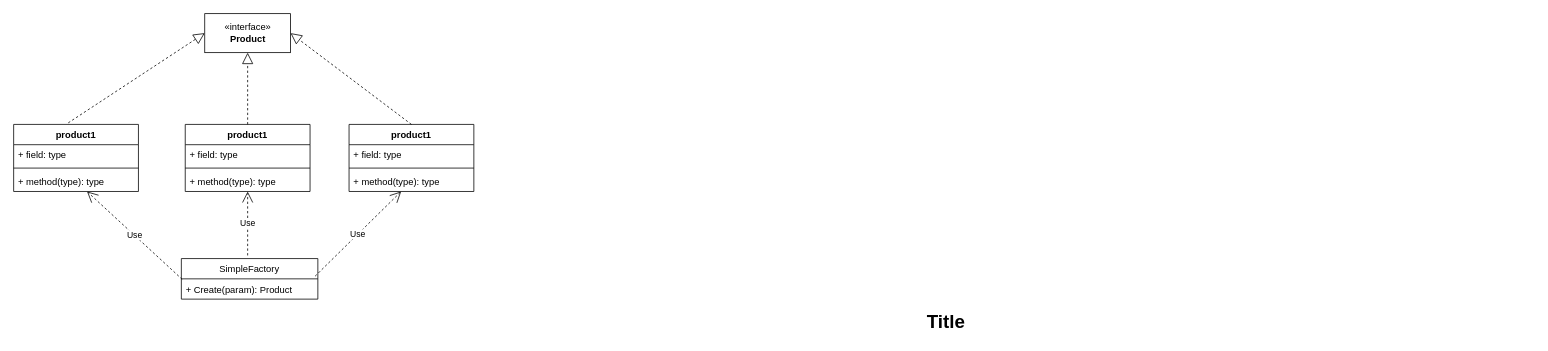
This is Untitled Diagram.drawio from Chenzhihao6/learnGit, a draw.io file, before an edit. Source tidied: cells renumbered, new cells numbered last; positions are measured from the earlier drawing's top-left corner, leaving out a move shared by most shapes. Both pictures are drawn from the tidied source at 78%, with x=0, y=0 at pixel (13, 13).
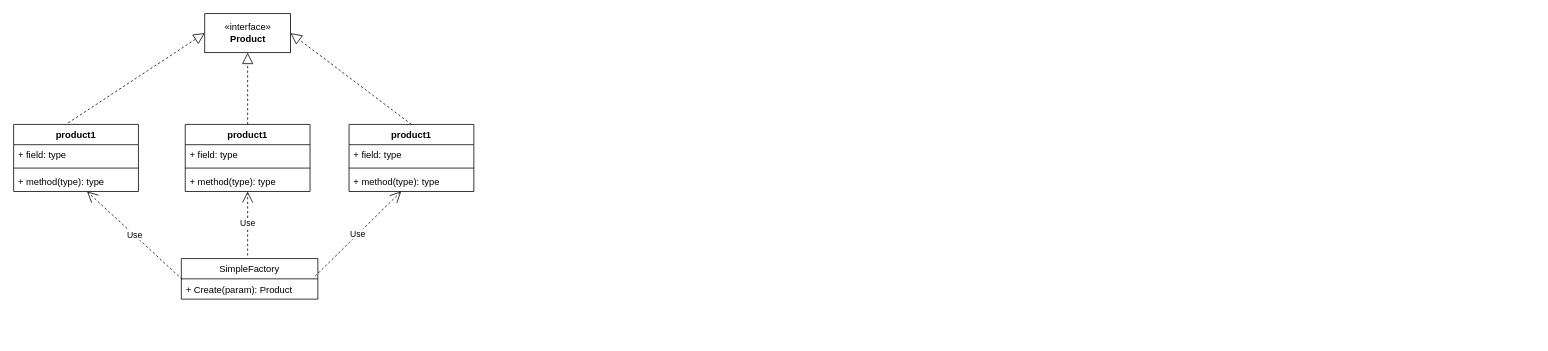
Above is the later version.

Commit message (it also covers changes not shown here):
简单工厂模式

What changed in the source:
```diff
@@
-    <mxCell id="2" value="Title" style="text;strokeColor=none;fillColor=none;html=1;fontSize=24;fontStyle=1;verticalAlign=middle;align=center;" parent="1" vertex="1">
-      <mxGeometry x="440" y="375" width="1510" height="40" as="geometry" />
-    </mxCell>
```
